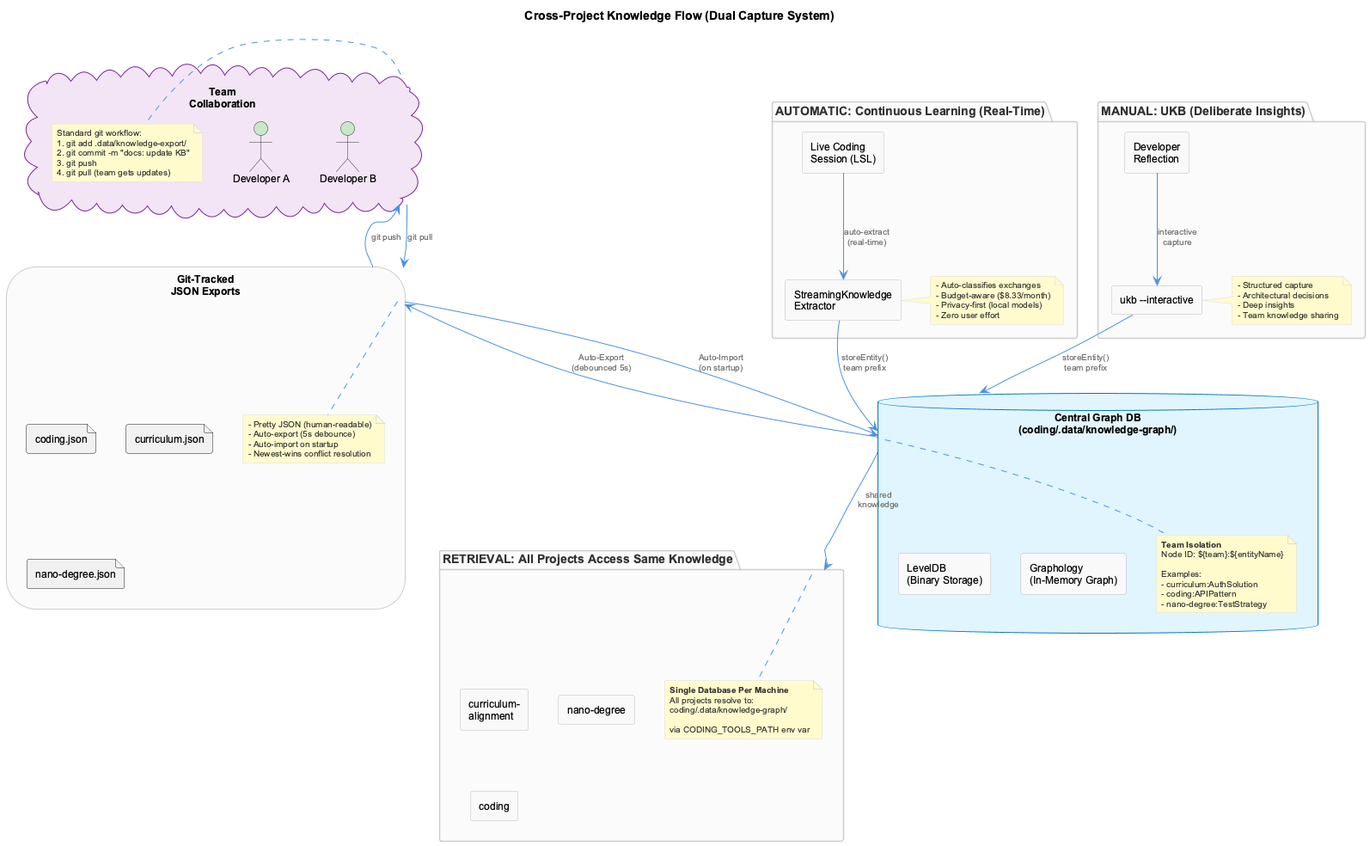
The PlantUML diagram docs/images/cross-project-knowledge-flow.png in fwornle/coding, before a commit. The source it was exported from:
```plantuml
@startuml cross-project-knowledge-flow
!include _standard-style.puml

title Cross-Project Knowledge Flow (Dual Capture System)

top to bottom direction

package "AUTOMATIC: Continuous Learning (Real-Time)" as automatic {
  rectangle "Live Coding\nSession (LSL)" as session
  rectangle "StreamingKnowledge\nExtractor" as extractor
  note right of extractor
    - Auto-classifies exchanges
    - Budget-aware ($8.33/month)
    - Privacy-first (local models)
    - Zero user effort
  end note
}

package "MANUAL: UKB (Deliberate Insights)" as manual {
  rectangle "Developer\nReflection" as reflection
  rectangle "ukb --interactive" as ukb
  note right of ukb
    - Structured capture
    - Architectural decisions
    - Deep insights
    - Team knowledge sharing
  end note
}

database "Central Graph DB\n(coding/.data/knowledge-graph/)" as graphdb {
  rectangle "LevelDB\n(Binary Storage)" as leveldb
  rectangle "Graphology\n(In-Memory Graph)" as graphology
  note bottom of graphdb
    **Team Isolation**
    Node ID: ${team}:${entityName}

    Examples:
    - curriculum:AuthSolution
    - coding:APIPattern
    - nano-degree:TestStrategy
  end note
}

storage "Git-Tracked\nJSON Exports" as exports {
  file "coding.json" as coding_json
  file "curriculum.json" as curriculum_json
  file "nano-degree.json" as nano_json
  note bottom of exports
    - Pretty JSON (human-readable)
    - Auto-export (5s debounce)
    - Auto-import on startup
    - Newest-wins conflict resolution
  end note
}

cloud "Team\nCollaboration" as team {
  actor "Developer A" as dev_a
  actor "Developer B" as dev_b
  note right of team
    Standard git workflow:
    1. git add .data/knowledge-export/
    2. git commit -m "docs: update KB"
    3. git push
    4. git pull (team gets updates)
  end note
}

package "RETRIEVAL: All Projects Access Same Knowledge" as retrieval {
  rectangle "curriculum-\nalignment" as curr_proj
  rectangle "nano-degree" as nano_proj
  rectangle "coding" as coding_proj
  note bottom of retrieval
    **Single Database Per Machine**
    All projects resolve to:
    coding/.data/knowledge-graph/

    via CODING_TOOLS_PATH env var
  end note
}

session -down-> extractor : "auto-extract\n(real-time)"
extractor -down-> graphdb : "storeEntity()\nteam prefix"

reflection -down-> ukb : "interactive\ncapture"
ukb -down-> graphdb : "storeEntity()\nteam prefix"

graphdb -down-> exports : "Auto-Export\n(debounced 5s)"
exports -down-> team : "git push"
team -down-> exports : "git pull"

exports -down-> graphdb : "Auto-Import\n(on startup)"
graphdb -down-> retrieval : "shared\nknowledge"

@enduml
```
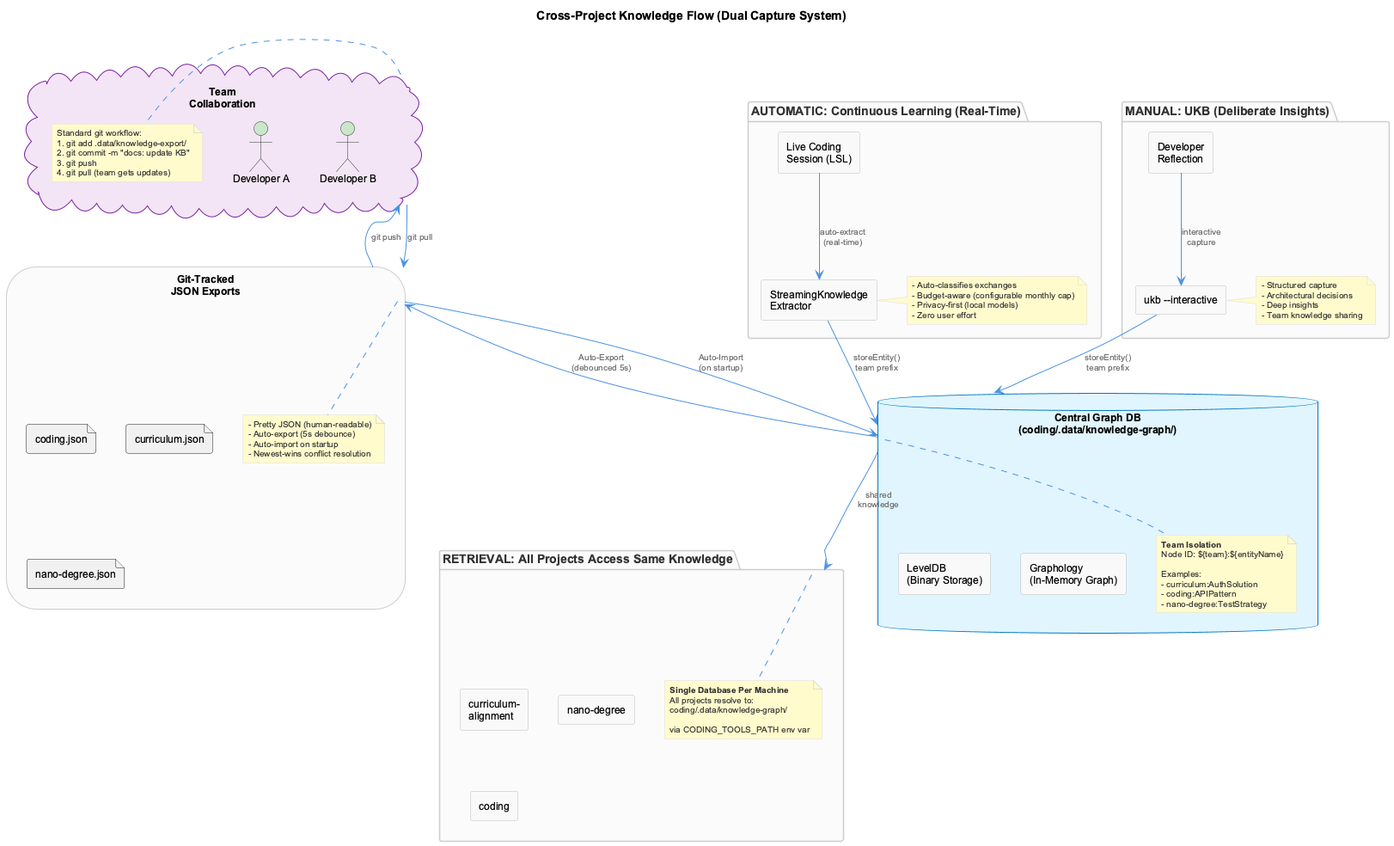
Later version of the same file.

Change to the diagram source:
```diff
@@ -10,7 +10,7 @@
   rectangle "StreamingKnowledge\nExtractor" as extractor
   note right of extractor
     - Auto-classifies exchanges
-    - Budget-aware ($8.33/month)
+    - Budget-aware (configurable monthly cap)
     - Privacy-first (local models)
     - Zero user effort
   end note
```
